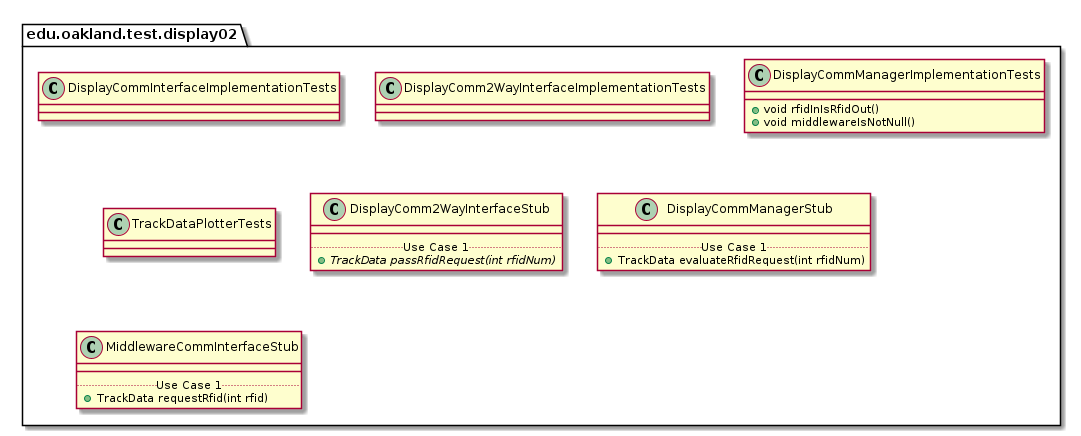
Above: docs/uml-class-diagrams/display02/test/Display02TestPackage.png in andrewdimmer/csi-3370-software-project (PlantUML), before the change.
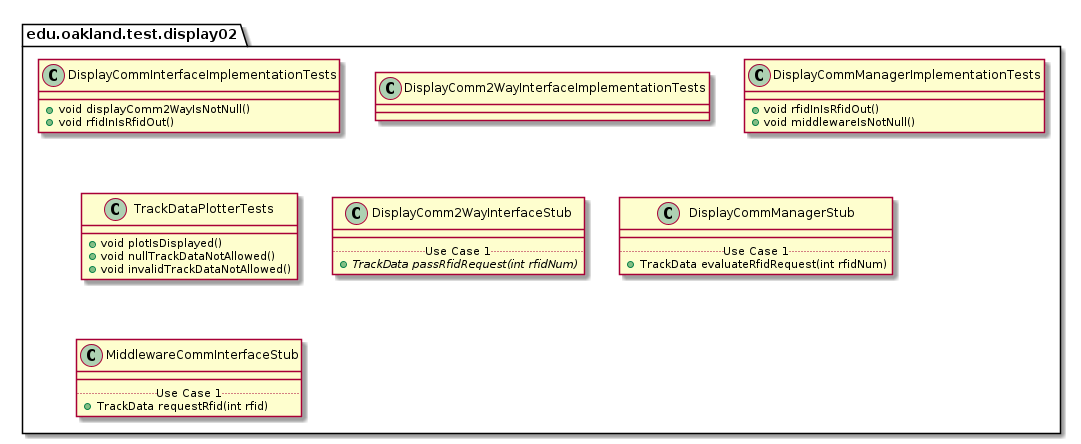
After the change.

Diff of the diagram source:
```diff
@@ -7,6 +7,8 @@
 
 package edu.oakland.test.display02 {
     class DisplayCommInterfaceImplementationTests {
+        + void displayComm2WayIsNotNull()
+        + void rfidInIsRfidOut()
 
     }
 }
@@ -29,7 +31,9 @@
 
 package edu.oakland.test.display02 {
     class TrackDataPlotterTests {
-
+        + void plotIsDisplayed()
+        + void nullTrackDataNotAllowed()
+        + void invalidTrackDataNotAllowed()
     }
 }
 
```
